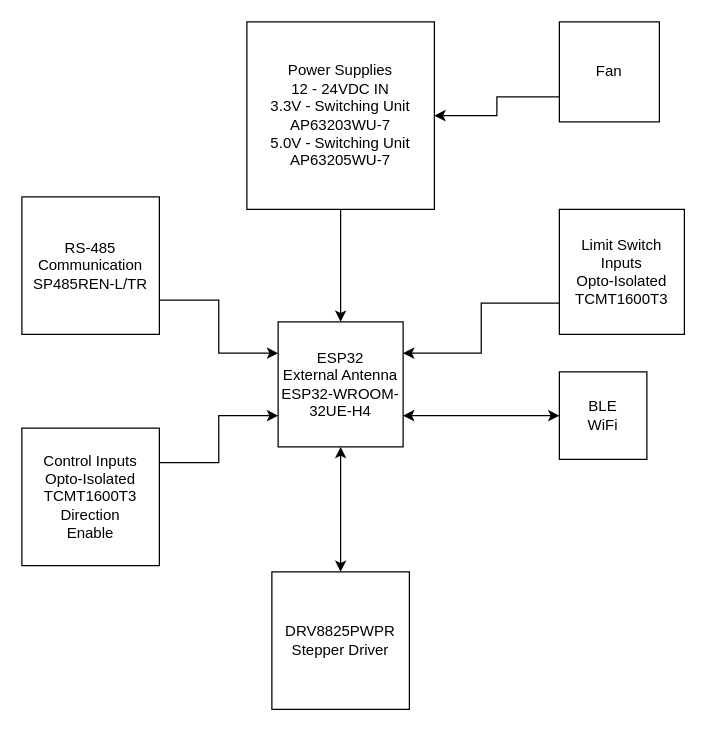
Before: _Projects/P1012202501-ESP32_Stepper_Controller/ProjectDocuments/P1012202501 Operational Block Diagram.drawio in michaelshanedawson/TMF-QMS-TUTORIAL, a draw.io diagram. Source tidied: cells renumbered, new cells numbered last; positions are measured from the earlier drawing's top-left corner, leaving out a move shared by most shapes. Both pictures are drawn from the tidied source at 125%, with x=0, y=0 at pixel (21, 21).
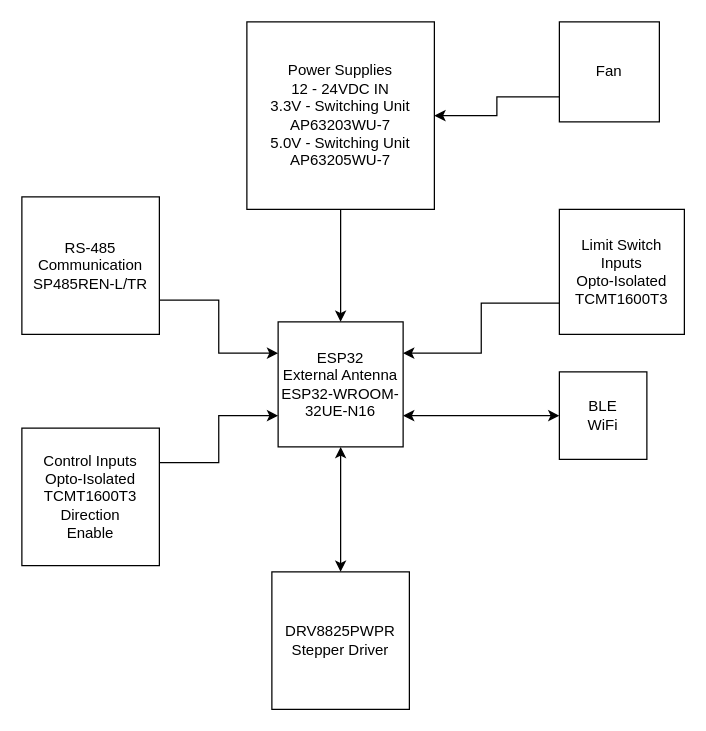
After the change.

The edit, as a diff of the source:
```diff
@@
 <mxGraphModel>
   <root>
     <mxCell id="0" />
     <mxCell id="1" parent="0" />
     <mxCell id="2" style="edgeStyle=orthogonalEdgeStyle;rounded=0;jettySize=auto;html=1;exitX=1;exitY=0.75;exitDx=0;exitDy=0;entryX=0;entryY=0.5;entryDx=0;entryDy=0;startArrow=classic;startFill=1;" parent="1" edge="1" source="3" target="16">
       <mxGeometry relative="1" as="geometry" />
     </mxCell>
-    <mxCell id="3" value="ESP32&lt;div&gt;External Antenna&lt;/div&gt;&lt;div&gt;ESP32-WROOM-32UE-H4&lt;/div&gt;" style="whiteSpace=wrap;html=1;" parent="1" vertex="1">
+    <mxCell id="3" value="ESP32&lt;div&gt;External Antenna&lt;/div&gt;&lt;div&gt;ESP32-WROOM-32UE-N16&lt;/div&gt;" style="whiteSpace=wrap;html=1;" parent="1" vertex="1">
       <mxGeometry x="205" y="240" width="100" height="100" as="geometry" />
     </mxCell>
     <mxCell id="4" value="DRV8825PWPR&lt;div&gt;Stepper Driver&lt;/div&gt;" style="whiteSpace=wrap;html=1;" parent="1" vertex="1">
       <mxGeometry x="200" y="440" width="110" height="110" as="geometry" />
     </mxCell>
     <mxCell id="5" style="endArrow=classic;startArrow=classic;html=1;rounded=0;entryX=0.5;entryY=1;entryDx=0;entryDy=0;exitX=0.5;exitY=0;exitDx=0;exitDy=0;" parent="1" edge="1" source="4" target="3">
       <mxGeometry relative="1" as="geometry" />
     </mxCell>
     <mxCell id="6" style="edgeStyle=orthogonalEdgeStyle;rounded=0;jettySize=auto;html=1;exitX=0;exitY=0.75;exitDx=0;exitDy=0;entryX=1;entryY=0.25;entryDx=0;entryDy=0;" parent="1" edge="1" source="7" target="3">
       <mxGeometry relative="1" as="geometry" />
     </mxCell>
     <mxCell id="7" value="Limit Switch Inputs&lt;div&gt;Opto-Isolated&lt;/div&gt;&lt;div&gt;TCMT1600T3&lt;/div&gt;" style="whiteSpace=wrap;html=1;" parent="1" vertex="1">
       <mxGeometry x="430" y="150" width="100" height="100" as="geometry" />
     </mxCell>
     <mxCell id="8" style="edgeStyle=orthogonalEdgeStyle;rounded=0;jettySize=auto;html=1;exitX=0.5;exitY=1;exitDx=0;exitDy=0;entryX=0.5;entryY=0;entryDx=0;entryDy=0;" parent="1" edge="1" source="9" target="3">
       <mxGeometry relative="1" as="geometry" />
     </mxCell>
     <mxCell id="9" value="Power Supplies&lt;div&gt;12 - 24VDC IN&lt;br&gt;&lt;div&gt;3.3V - Switching Unit&lt;/div&gt;&lt;div&gt;AP63203WU-7&lt;/div&gt;&lt;div&gt;5.0V - Switching Unit&lt;/div&gt;&lt;div&gt;AP63205WU-7&lt;/div&gt;&lt;/div&gt;" style="whiteSpace=wrap;html=1;" parent="1" vertex="1">
       <mxGeometry x="180" width="150" height="150" as="geometry" />
     </mxCell>
     <mxCell id="10" style="edgeStyle=orthogonalEdgeStyle;rounded=0;jettySize=auto;html=1;exitX=1;exitY=0.75;exitDx=0;exitDy=0;entryX=0;entryY=0.25;entryDx=0;entryDy=0;" parent="1" edge="1" source="11" target="3">
       <mxGeometry relative="1" as="geometry" />
     </mxCell>
     <mxCell id="11" value="RS-485 Communication&lt;div&gt;SP485REN-L/TR&lt;/div&gt;" style="whiteSpace=wrap;html=1;" parent="1" vertex="1">
       <mxGeometry y="140" width="110" height="110" as="geometry" />
     </mxCell>
     <mxCell id="12" style="edgeStyle=orthogonalEdgeStyle;rounded=0;jettySize=auto;html=1;exitX=0;exitY=0.75;exitDx=0;exitDy=0;entryX=1;entryY=0.5;entryDx=0;entryDy=0;" parent="1" edge="1" source="13" target="9">
       <mxGeometry relative="1" as="geometry" />
     </mxCell>
     <mxCell id="13" value="Fan" style="whiteSpace=wrap;html=1;" parent="1" vertex="1">
       <mxGeometry x="430" width="80" height="80" as="geometry" />
     </mxCell>
     <mxCell id="14" style="edgeStyle=orthogonalEdgeStyle;rounded=0;jettySize=auto;html=1;exitX=1;exitY=0.25;exitDx=0;exitDy=0;entryX=0;entryY=0.75;entryDx=0;entryDy=0;" parent="1" edge="1" source="15" target="3">
       <mxGeometry relative="1" as="geometry" />
     </mxCell>
     <mxCell id="15" value="Control Inputs&lt;div&gt;Opto-Isolated&lt;/div&gt;&lt;div&gt;TCMT1600T3&lt;/div&gt;&lt;div&gt;Direction&lt;/div&gt;&lt;div&gt;Enable&lt;/div&gt;" style="whiteSpace=wrap;html=1;" parent="1" vertex="1">
       <mxGeometry y="325" width="110" height="110" as="geometry" />
     </mxCell>
     <mxCell id="16" value="BLE&lt;div&gt;WiFi&lt;/div&gt;" style="whiteSpace=wrap;html=1;" parent="1" vertex="1">
       <mxGeometry x="430" y="280" width="70" height="70" as="geometry" />
     </mxCell>
   </root>
 </mxGraphModel>
```
